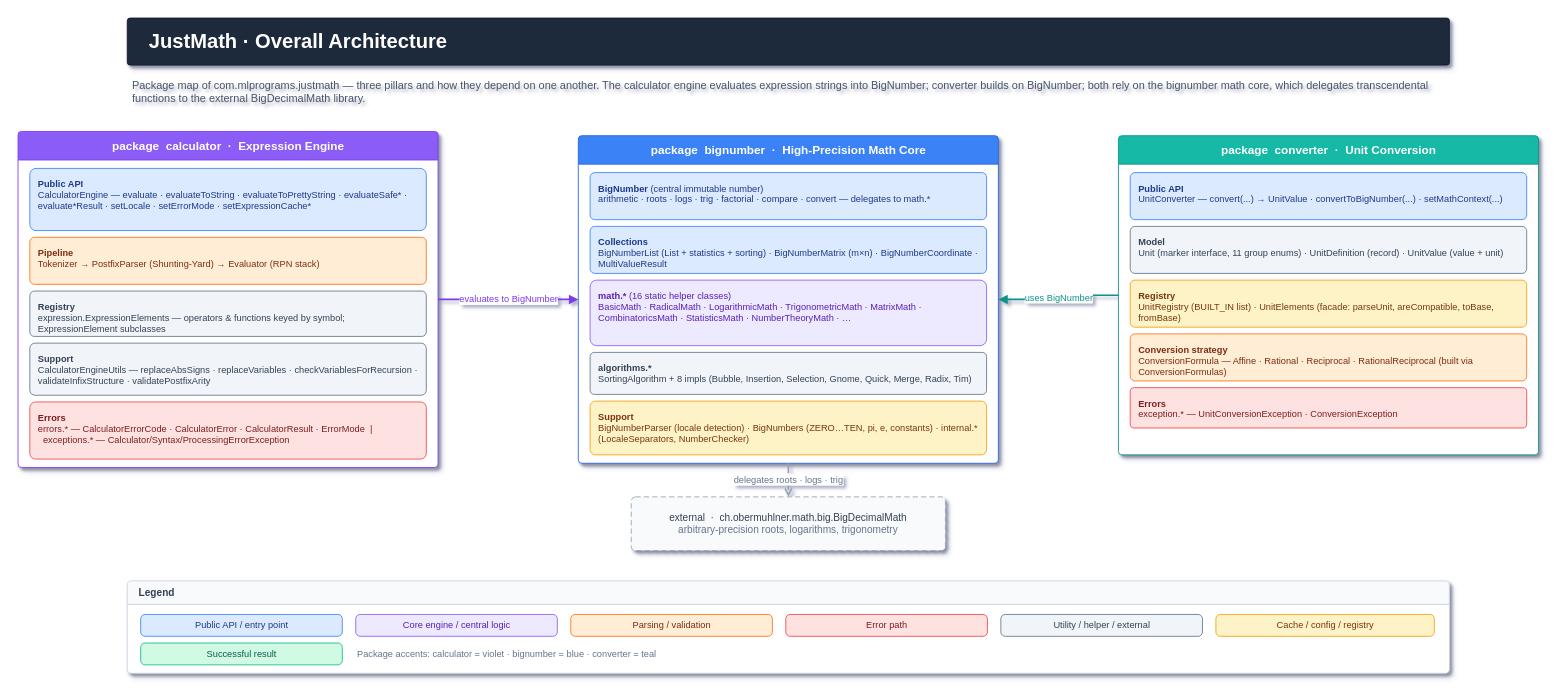
Earlier version of the draw.io diagram docs/diagrams/architecture/overall architecture.drawio (lembergmax/JustMath). Source tidied: cells renumbered, new cells numbered last; positions are measured from the earlier drawing's top-left corner, leaving out a move shared by most shapes. Both pictures are drawn from the tidied source at 84%, with x=0, y=0 at pixel (18, 18).
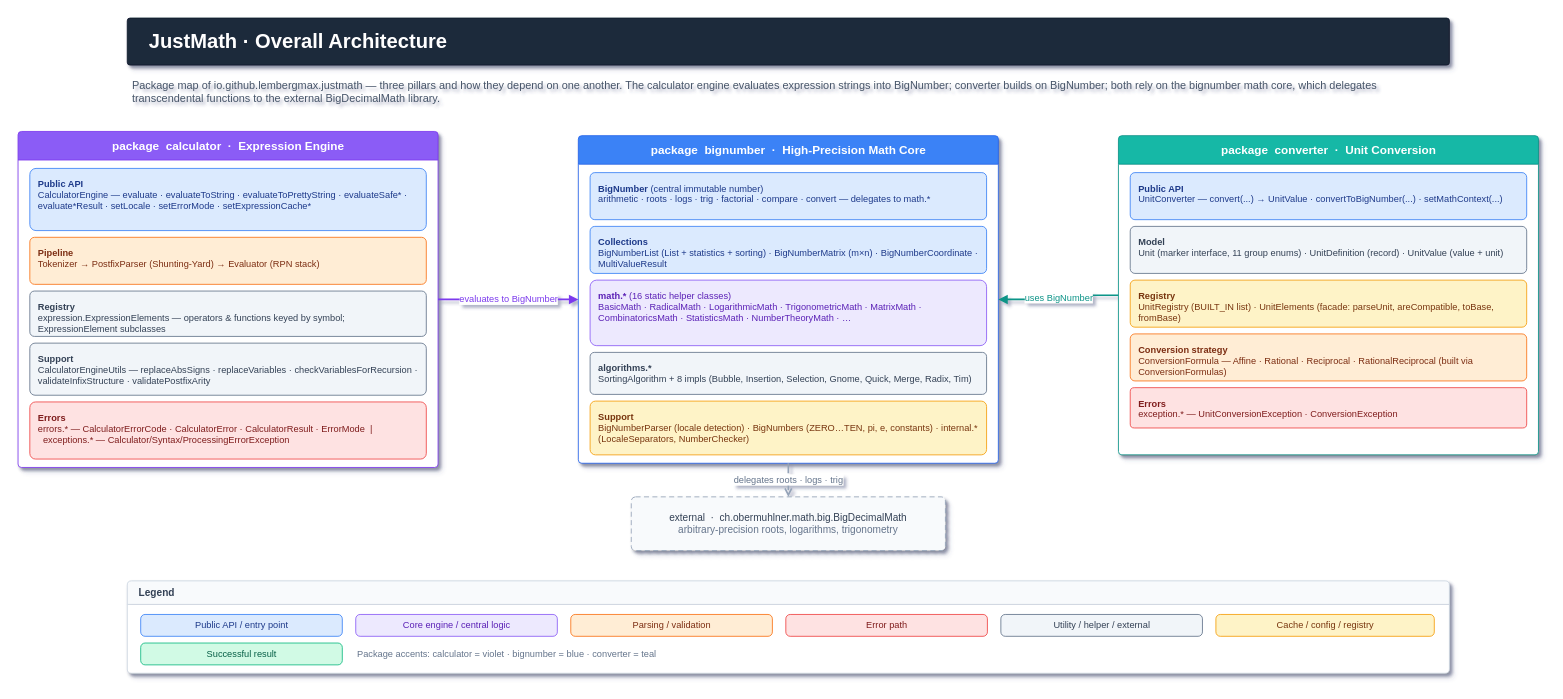
After the change.

Diff of the diagram source:
```diff
@@
-    <mxCell id="3" value="Package map of com.mlprograms.justmath — three pillars and how they depend on one another. The calculator engine evaluates expression strings into BigNumber; converter builds on BigNumber; both rely on the bignumber math core, which delegates transcendental functions to the external BigDecimalMath library." style="text;html=1;fontColor=#475569;fontSize=13;fontFamily=Helvetica;align=left;verticalAlign=top;whiteSpace=wrap;" parent="1" vertex="1">
+    <mxCell id="3" value="Package map of io.github.lembergmax.justmath — three pillars and how they depend on one another. The calculator engine evaluates expression strings into BigNumber; converter builds on BigNumber; both rely on the bignumber math core, which delegates transcendental functions to the external BigDecimalMath library." style="text;html=1;fontColor=#475569;fontSize=13;fontFamily=Helvetica;align=left;verticalAlign=top;whiteSpace=wrap;" parent="1" vertex="1">
       <mxGeometry x="134" y="66" width="1560" height="50" as="geometry" />
     </mxCell>
```
